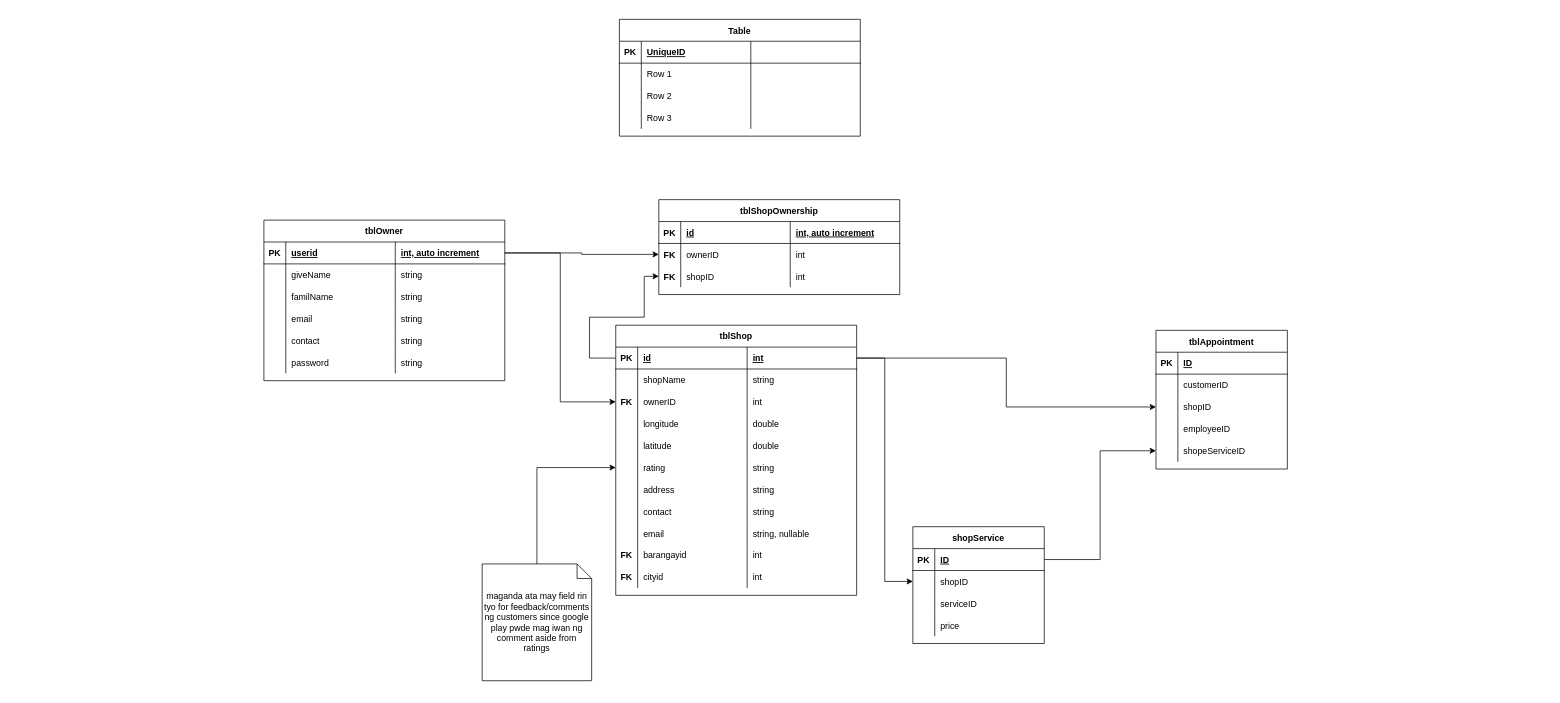
Above: page "Page-1" (1 of 2) of Diagrams/ERD.drawio in iampotato16/AppointCut (draw.io), before the change. Source tidied: cells renumbered, new cells numbered last; positions are measured from the earlier drawing's top-left corner, leaving out a move shared by most shapes. Both pictures are drawn from the tidied source at 73%, with x=0, y=0 at pixel (264, 19).
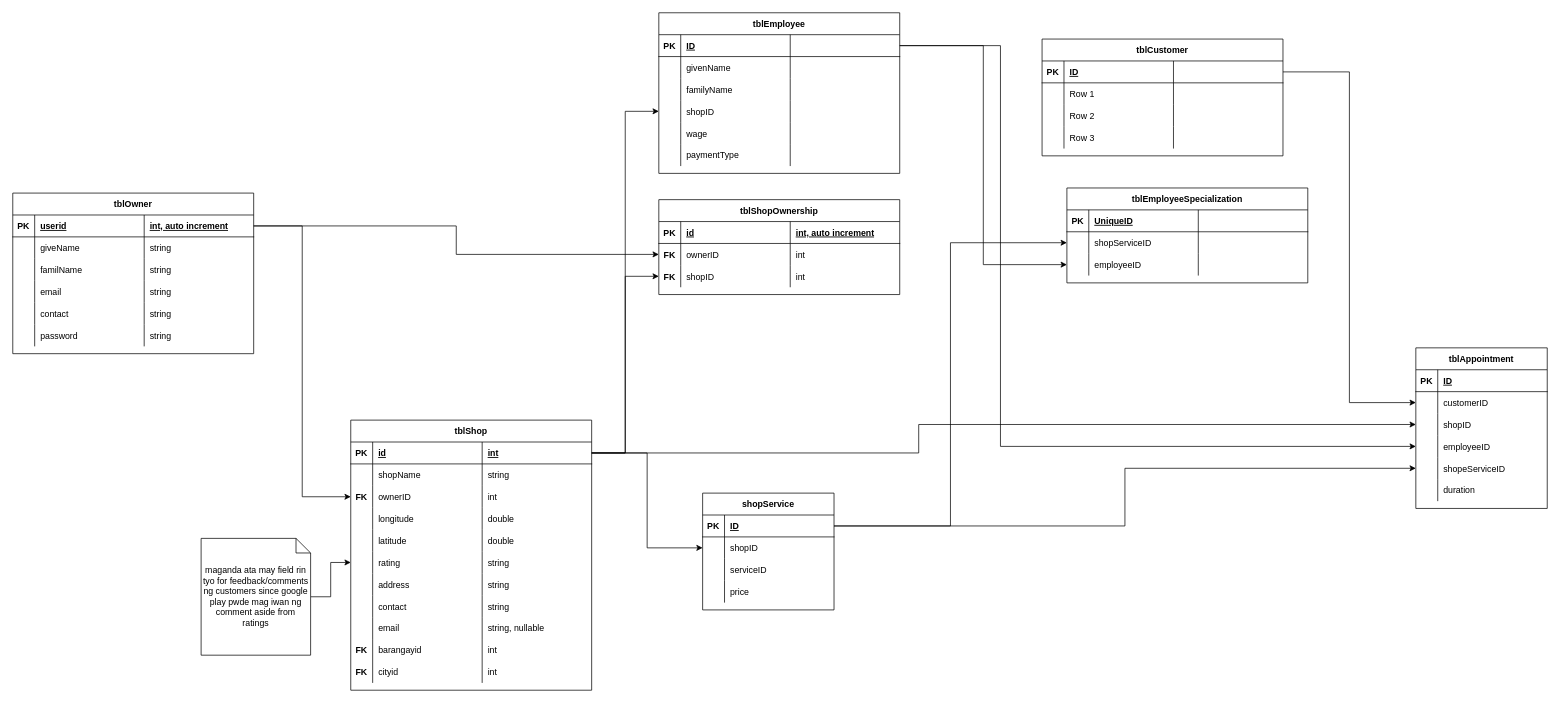
The same page after the edit.

The change refers to these unchanged cells:
```xml
<mxCell id="3" style="shape=partialRectangle;fillColor=none;top=0;left=0;bottom=1;right=0;points=[[0,0.5],[1,0.5]];portConstraint=eastwest;strokeColor=default;" parent="2" vertex="1">
  <mxGeometry y="30" width="330" height="30" as="geometry" />
</mxCell>
<mxCell id="84" style="shape=partialRectangle;fillColor=none;top=0;left=0;bottom=0;right=0;points=[[0,0.5],[1,0.5]];portConstraint=eastwest;" parent="75" vertex="1">
  <mxGeometry y="90" width="330" height="30" as="geometry" />
</mxCell>
<mxCell id="95" style="shape=partialRectangle;fillColor=none;top=0;left=0;bottom=0;right=0;points=[[0,0.5],[1,0.5]];portConstraint=eastwest;" parent="91" vertex="1">
  <mxGeometry y="60" width="180" height="30" as="geometry" />
</mxCell>
<mxCell id="98" style="shape=partialRectangle;fillColor=none;top=0;left=0;bottom=0;right=0;points=[[0,0.5],[1,0.5]];portConstraint=eastwest;" parent="91" vertex="1">
  <mxGeometry y="90" width="180" height="30" as="geometry" />
</mxCell>
<mxCell id="101" style="shape=partialRectangle;fillColor=none;top=0;left=0;bottom=0;right=0;points=[[0,0.5],[1,0.5]];portConstraint=eastwest;" parent="91" vertex="1">
  <mxGeometry y="120" width="180" height="30" as="geometry" />
</mxCell>
<mxCell id="109" style="shape=partialRectangle;fillColor=none;top=0;left=0;bottom=1;right=0;points=[[0,0.5],[1,0.5]];portConstraint=eastwest;" parent="108" vertex="1">
  <mxGeometry y="30" width="180" height="30" as="geometry" />
</mxCell>
<mxCell id="124" style="shape=partialRectangle;fillColor=none;top=0;left=0;bottom=1;right=0;points=[[0,0.5],[1,0.5]];portConstraint=eastwest;" parent="123" vertex="1">
  <mxGeometry y="30" width="330" height="30" as="geometry" />
</mxCell>
<mxCell id="128" style="shape=partialRectangle;fillColor=none;top=0;left=0;bottom=0;right=0;" parent="123" vertex="1">
  <mxGeometry y="60" width="330" height="30" as="geometry" />
</mxCell>
<mxCell id="132" style="shape=partialRectangle;fillColor=none;top=0;left=0;bottom=0;right=0;" parent="123" vertex="1">
  <mxGeometry y="90" width="330" height="30" as="geometry" />
</mxCell>
<mxCell id="136" style="shape=partialRectangle;fillColor=none;top=0;left=0;bottom=0;right=0;points=[[0,0.5],[1,0.5]];portConstraint=eastwest;" parent="123" vertex="1">
  <mxGeometry y="120" width="330" height="30" as="geometry" />
</mxCell>
```

The edit, as a diff of the source:
```diff
@@
     <mxCell id="2" value="tblShop" style="shape=table;startSize=30;childLayout=tableLayout;rowLines=0;fontStyle=1;align=center;strokeColor=default;" parent="1" vertex="1">
-      <mxGeometry x="482" y="419" width="330" height="370" as="geometry" />
+      <mxGeometry x="119" y="549" width="330" height="370" as="geometry" />
     </mxCell>
@@
     <mxCell id="48" value="&lt;span&gt;maganda ata may field rin tyo for feedback/comments ng customers since google play pwde mag iwan ng comment aside from ratings&lt;/span&gt;" style="shape=note;size=20;whiteSpace=wrap;html=1;strokeColor=default;" parent="1" vertex="1">
-      <mxGeometry x="299" y="746" width="150" height="160" as="geometry" />
+      <mxGeometry x="-86" y="711" width="150" height="160" as="geometry" />
     </mxCell>
     <mxCell id="49" value="tblOwner" style="shape=table;startSize=30;childLayout=tableLayout;rowLines=0;fontStyle=1;align=center;labelBackgroundColor=none;fillColor=default;strokeColor=default;" parent="1" vertex="1">
-      <mxGeometry y="275" width="330" height="220" as="geometry" />
+      <mxGeometry x="-344" y="238" width="330" height="220" as="geometry" />
     </mxCell>
@@
     <mxCell id="89" style="edgeStyle=orthogonalEdgeStyle;rounded=0;jettySize=auto;html=1;" parent="1" edge="1" source="3" target="84">
-      <mxGeometry relative="1" as="geometry">
-        <Array as="points">
-          <mxPoint x="446" y="464" />
-          <mxPoint x="446" y="408" />
-          <mxPoint x="521" y="408" />
-          <mxPoint x="521" y="352" />
-        </Array>
-      </mxGeometry>
+      <mxGeometry relative="1" as="geometry" />
     </mxCell>
@@
     <mxCell id="91" value="tblAppointment" style="shape=table;startSize=30;childLayout=tableLayout;rowLines=0;fontStyle=1;align=center;" parent="1" vertex="1">
-      <mxGeometry x="1222" y="426" width="180" height="190" as="geometry" />
+      <mxGeometry x="1578" y="450" width="180" height="220" as="geometry" />
     </mxCell>
@@
+    <mxCell id="140" style="shape=partialRectangle;fillColor=none;top=0;left=0;bottom=0;right=0;" parent="91" vertex="1">
+      <mxGeometry y="180" width="180" height="30" as="geometry" />
+    </mxCell>
+    <mxCell id="141" style="shape=partialRectangle;fillColor=none;top=0;left=0;bottom=0;right=0;overflow=hidden;" parent="140" vertex="1">
+      <mxGeometry width="30" height="30" as="geometry" />
+    </mxCell>
+    <mxCell id="142" value="duration" style="shape=partialRectangle;fillColor=none;top=0;left=0;bottom=0;right=0;align=left;spacingLeft=6;overflow=hidden;" parent="140" vertex="1">
+      <mxGeometry x="30" width="150" height="30" as="geometry" />
+    </mxCell>
     <mxCell id="107" style="edgeStyle=orthogonalEdgeStyle;rounded=0;jettySize=auto;html=1;" parent="1" edge="1" source="3" target="98">
-      <mxGeometry relative="1" as="geometry" />
+      <mxGeometry relative="1" as="geometry">
+        <Array as="points">
+          <mxPoint x="897" y="594" />
+          <mxPoint x="897" y="555" />
+        </Array>
+      </mxGeometry>
     </mxCell>
     <mxCell id="108" value="shopService" style="shape=table;startSize=30;childLayout=tableLayout;rowLines=0;fontStyle=1;align=center;" parent="1" vertex="1">
-      <mxGeometry x="889" y="695" width="180" height="160" as="geometry" />
+      <mxGeometry x="601" y="649" width="180" height="160" as="geometry" />
     </mxCell>
@@
-    <mxCell id="123" value="Table" style="shape=table;startSize=30;childLayout=tableLayout;rowLines=0;fontStyle=1;align=center;" parent="1" vertex="1">
-      <mxGeometry x="487" width="330" height="160" as="geometry" />
+    <mxCell id="123" value="tblEmployee" style="shape=table;startSize=30;childLayout=tableLayout;rowLines=0;fontStyle=1;align=center;" parent="1" vertex="1">
+      <mxGeometry x="541" y="-9" width="330" height="220" as="geometry" />
     </mxCell>
@@
-    <mxCell id="126" value="UniqueID" style="shape=partialRectangle;fillColor=none;top=0;left=0;bottom=0;right=0;align=left;spacingLeft=6;fontStyle=5;overflow=hidden;" parent="124" vertex="1">
+    <mxCell id="126" value="ID" style="shape=partialRectangle;fillColor=none;top=0;left=0;bottom=0;right=0;align=left;spacingLeft=6;fontStyle=5;overflow=hidden;" parent="124" vertex="1">
       <mxGeometry x="30" width="150" height="30" as="geometry" />
     </mxCell>
@@
-    <mxCell id="130" value="Row 1" style="shape=partialRectangle;fillColor=none;top=0;left=0;bottom=0;right=0;align=left;spacingLeft=6;overflow=hidden;" parent="128" vertex="1">
+    <mxCell id="130" value="givenName" style="shape=partialRectangle;fillColor=none;top=0;left=0;bottom=0;right=0;align=left;spacingLeft=6;overflow=hidden;" parent="128" vertex="1">
       <mxGeometry x="30" width="150" height="30" as="geometry" />
     </mxCell>
@@
-    <mxCell id="134" value="Row 2" style="shape=partialRectangle;fillColor=none;top=0;left=0;bottom=0;right=0;align=left;spacingLeft=6;overflow=hidden;" parent="132" vertex="1">
+    <mxCell id="134" value="familyName" style="shape=partialRectangle;fillColor=none;top=0;left=0;bottom=0;right=0;align=left;spacingLeft=6;overflow=hidden;" parent="132" vertex="1">
       <mxGeometry x="30" width="150" height="30" as="geometry" />
     </mxCell>
@@
-    <mxCell id="138" value="Row 3" style="shape=partialRectangle;fillColor=none;top=0;left=0;bottom=0;right=0;align=left;spacingLeft=6;overflow=hidden;" parent="136" vertex="1">
+    <mxCell id="138" value="shopID" style="shape=partialRectangle;fillColor=none;top=0;left=0;bottom=0;right=0;align=left;spacingLeft=6;overflow=hidden;" parent="136" vertex="1">
       <mxGeometry x="30" width="150" height="30" as="geometry" />
     </mxCell>
@@
+    <mxCell id="143" style="shape=partialRectangle;fillColor=none;top=0;left=0;bottom=0;right=0;" parent="123" vertex="1">
+      <mxGeometry y="150" width="330" height="30" as="geometry" />
+    </mxCell>
+    <mxCell id="144" style="shape=partialRectangle;fillColor=none;top=0;left=0;bottom=0;right=0;overflow=hidden;" parent="143" vertex="1">
+      <mxGeometry width="30" height="30" as="geometry" />
+    </mxCell>
+    <mxCell id="145" value="wage" style="shape=partialRectangle;fillColor=none;top=0;left=0;bottom=0;right=0;align=left;spacingLeft=6;overflow=hidden;" parent="143" vertex="1">
+      <mxGeometry x="30" width="150" height="30" as="geometry" />
+    </mxCell>
+    <mxCell id="146" style="shape=partialRectangle;fillColor=none;top=0;left=0;bottom=0;right=0;align=left;spacingLeft=6;overflow=hidden;" parent="143" vertex="1">
+      <mxGeometry x="180" width="150" height="30" as="geometry" />
+    </mxCell>
+    <mxCell id="147" style="shape=partialRectangle;fillColor=none;top=0;left=0;bottom=0;right=0;" parent="123" vertex="1">
+      <mxGeometry y="180" width="330" height="30" as="geometry" />
+    </mxCell>
+    <mxCell id="148" style="shape=partialRectangle;fillColor=none;top=0;left=0;bottom=0;right=0;overflow=hidden;" parent="147" vertex="1">
+      <mxGeometry width="30" height="30" as="geometry" />
+    </mxCell>
+    <mxCell id="149" value="paymentType" style="shape=partialRectangle;fillColor=none;top=0;left=0;bottom=0;right=0;align=left;spacingLeft=6;overflow=hidden;" parent="147" vertex="1">
+      <mxGeometry x="30" width="150" height="30" as="geometry" />
+    </mxCell>
+    <mxCell id="150" style="shape=partialRectangle;fillColor=none;top=0;left=0;bottom=0;right=0;align=left;spacingLeft=6;overflow=hidden;" parent="147" vertex="1">
+      <mxGeometry x="180" width="150" height="30" as="geometry" />
+    </mxCell>
+    <mxCell id="151" value="tblCustomer" style="shape=table;startSize=30;childLayout=tableLayout;rowLines=0;fontStyle=1;align=center;" parent="1" vertex="1">
+      <mxGeometry x="1066" y="27" width="330" height="160" as="geometry" />
+    </mxCell>
+    <mxCell id="152" style="shape=partialRectangle;fillColor=none;top=0;left=0;bottom=1;right=0;points=[[0,0.5],[1,0.5]];portConstraint=eastwest;" parent="151" vertex="1">
+      <mxGeometry y="30" width="330" height="30" as="geometry" />
+    </mxCell>
+    <mxCell id="153" value="PK" style="shape=partialRectangle;fillColor=none;top=0;left=0;bottom=0;right=0;fontStyle=1;overflow=hidden;" parent="152" vertex="1">
+      <mxGeometry width="30" height="30" as="geometry" />
+    </mxCell>
+    <mxCell id="154" value="ID" style="shape=partialRectangle;fillColor=none;top=0;left=0;bottom=0;right=0;align=left;spacingLeft=6;fontStyle=5;overflow=hidden;" parent="152" vertex="1">
+      <mxGeometry x="30" width="150" height="30" as="geometry" />
+    </mxCell>
+    <mxCell id="155" style="shape=partialRectangle;fillColor=none;top=0;left=0;bottom=0;right=0;align=left;spacingLeft=6;fontStyle=5;overflow=hidden;" parent="152" vertex="1">
+      <mxGeometry x="180" width="150" height="30" as="geometry" />
+    </mxCell>
+    <mxCell id="156" style="shape=partialRectangle;fillColor=none;top=0;left=0;bottom=0;right=0;" parent="151" vertex="1">
+      <mxGeometry y="60" width="330" height="30" as="geometry" />
+    </mxCell>
+    <mxCell id="157" style="shape=partialRectangle;fillColor=none;top=0;left=0;bottom=0;right=0;overflow=hidden;" parent="156" vertex="1">
+      <mxGeometry width="30" height="30" as="geometry" />
+    </mxCell>
+    <mxCell id="158" value="Row 1" style="shape=partialRectangle;fillColor=none;top=0;left=0;bottom=0;right=0;align=left;spacingLeft=6;overflow=hidden;" parent="156" vertex="1">
+      <mxGeometry x="30" width="150" height="30" as="geometry" />
+    </mxCell>
+    <mxCell id="159" style="shape=partialRectangle;fillColor=none;top=0;left=0;bottom=0;right=0;align=left;spacingLeft=6;overflow=hidden;" parent="156" vertex="1">
+      <mxGeometry x="180" width="150" height="30" as="geometry" />
+    </mxCell>
+    <mxCell id="160" style="shape=partialRectangle;fillColor=none;top=0;left=0;bottom=0;right=0;" parent="151" vertex="1">
+      <mxGeometry y="90" width="330" height="30" as="geometry" />
+    </mxCell>
+    <mxCell id="161" style="shape=partialRectangle;fillColor=none;top=0;left=0;bottom=0;right=0;overflow=hidden;" parent="160" vertex="1">
+      <mxGeometry width="30" height="30" as="geometry" />
+    </mxCell>
+    <mxCell id="162" value="Row 2" style="shape=partialRectangle;fillColor=none;top=0;left=0;bottom=0;right=0;align=left;spacingLeft=6;overflow=hidden;" parent="160" vertex="1">
+      <mxGeometry x="30" width="150" height="30" as="geometry" />
+    </mxCell>
+    <mxCell id="163" style="shape=partialRectangle;fillColor=none;top=0;left=0;bottom=0;right=0;align=left;spacingLeft=6;overflow=hidden;" parent="160" vertex="1">
+      <mxGeometry x="180" width="150" height="30" as="geometry" />
+    </mxCell>
+    <mxCell id="164" style="shape=partialRectangle;fillColor=none;top=0;left=0;bottom=0;right=0;" parent="151" vertex="1">
+      <mxGeometry y="120" width="330" height="30" as="geometry" />
+    </mxCell>
+    <mxCell id="165" style="shape=partialRectangle;fillColor=none;top=0;left=0;bottom=0;right=0;overflow=hidden;" parent="164" vertex="1">
+      <mxGeometry width="30" height="30" as="geometry" />
+    </mxCell>
+    <mxCell id="166" value="Row 3" style="shape=partialRectangle;fillColor=none;top=0;left=0;bottom=0;right=0;align=left;spacingLeft=6;overflow=hidden;" parent="164" vertex="1">
+      <mxGeometry x="30" width="150" height="30" as="geometry" />
+    </mxCell>
+    <mxCell id="167" style="shape=partialRectangle;fillColor=none;top=0;left=0;bottom=0;right=0;align=left;spacingLeft=6;overflow=hidden;" parent="164" vertex="1">
+      <mxGeometry x="180" width="150" height="30" as="geometry" />
+    </mxCell>
+    <mxCell id="168" style="edgeStyle=orthogonalEdgeStyle;rounded=0;jettySize=auto;html=1;" parent="1" edge="1" source="152" target="95">
+      <mxGeometry relative="1" as="geometry" />
+    </mxCell>
+    <mxCell id="169" style="edgeStyle=orthogonalEdgeStyle;rounded=0;jettySize=auto;html=1;" parent="1" edge="1" source="3" target="136">
+      <mxGeometry relative="1" as="geometry" />
+    </mxCell>
+    <mxCell id="170" style="edgeStyle=orthogonalEdgeStyle;rounded=0;jettySize=auto;html=1;" parent="1" edge="1" source="109" target="177">
+      <mxGeometry relative="1" as="geometry" />
+    </mxCell>
+    <mxCell id="171" style="edgeStyle=orthogonalEdgeStyle;rounded=0;jettySize=auto;html=1;" parent="1" edge="1" source="124" target="181">
+      <mxGeometry relative="1" as="geometry" />
+    </mxCell>
+    <mxCell id="172" value="tblEmployeeSpecialization" style="shape=table;startSize=30;childLayout=tableLayout;rowLines=0;fontStyle=1;align=center;" parent="1" vertex="1">
+      <mxGeometry x="1100" y="231" width="330" height="130" as="geometry" />
+    </mxCell>
+    <mxCell id="173" style="shape=partialRectangle;fillColor=none;top=0;left=0;bottom=1;right=0;" parent="172" vertex="1">
+      <mxGeometry y="30" width="330" height="30" as="geometry" />
+    </mxCell>
+    <mxCell id="174" value="PK" style="shape=partialRectangle;fillColor=none;top=0;left=0;bottom=0;right=0;fontStyle=1;overflow=hidden;" parent="173" vertex="1">
+      <mxGeometry width="30" height="30" as="geometry" />
+    </mxCell>
+    <mxCell id="175" value="UniqueID" style="shape=partialRectangle;fillColor=none;top=0;left=0;bottom=0;right=0;align=left;spacingLeft=6;fontStyle=5;overflow=hidden;" parent="173" vertex="1">
+      <mxGeometry x="30" width="150" height="30" as="geometry" />
+    </mxCell>
+    <mxCell id="176" style="shape=partialRectangle;fillColor=none;top=0;left=0;bottom=0;right=0;align=left;spacingLeft=6;fontStyle=5;overflow=hidden;" parent="173" vertex="1">
+      <mxGeometry x="180" width="150" height="30" as="geometry" />
+    </mxCell>
+    <mxCell id="177" style="shape=partialRectangle;fillColor=none;top=0;left=0;bottom=0;right=0;points=[[0,0.5],[1,0.5]];portConstraint=eastwest;" parent="172" vertex="1">
+      <mxGeometry y="60" width="330" height="30" as="geometry" />
+    </mxCell>
+    <mxCell id="178" style="shape=partialRectangle;fillColor=none;top=0;left=0;bottom=0;right=0;overflow=hidden;" parent="177" vertex="1">
+      <mxGeometry width="30" height="30" as="geometry" />
+    </mxCell>
+    <mxCell id="179" value="shopServiceID" style="shape=partialRectangle;fillColor=none;top=0;left=0;bottom=0;right=0;align=left;spacingLeft=6;overflow=hidden;" parent="177" vertex="1">
+      <mxGeometry x="30" width="150" height="30" as="geometry" />
+    </mxCell>
+    <mxCell id="180" style="shape=partialRectangle;fillColor=none;top=0;left=0;bottom=0;right=0;align=left;spacingLeft=6;overflow=hidden;" parent="177" vertex="1">
+      <mxGeometry x="180" width="150" height="30" as="geometry" />
+    </mxCell>
+    <mxCell id="181" style="shape=partialRectangle;fillColor=none;top=0;left=0;bottom=0;right=0;points=[[0,0.5],[1,0.5]];portConstraint=eastwest;" parent="172" vertex="1">
+      <mxGeometry y="90" width="330" height="30" as="geometry" />
+    </mxCell>
+    <mxCell id="182" style="shape=partialRectangle;fillColor=none;top=0;left=0;bottom=0;right=0;overflow=hidden;" parent="181" vertex="1">
+      <mxGeometry width="30" height="30" as="geometry" />
+    </mxCell>
+    <mxCell id="183" value="employeeID" style="shape=partialRectangle;fillColor=none;top=0;left=0;bottom=0;right=0;align=left;spacingLeft=6;overflow=hidden;" parent="181" vertex="1">
+      <mxGeometry x="30" width="150" height="30" as="geometry" />
+    </mxCell>
+    <mxCell id="184" style="shape=partialRectangle;fillColor=none;top=0;left=0;bottom=0;right=0;align=left;spacingLeft=6;overflow=hidden;" parent="181" vertex="1">
+      <mxGeometry x="180" width="150" height="30" as="geometry" />
+    </mxCell>
+    <mxCell id="185" style="edgeStyle=orthogonalEdgeStyle;rounded=0;jettySize=auto;html=1;" parent="1" edge="1" source="124" target="101">
+      <mxGeometry relative="1" as="geometry">
+        <Array as="points">
+          <mxPoint x="1009" y="36" />
+          <mxPoint x="1009" y="585" />
+        </Array>
+      </mxGeometry>
+    </mxCell>
```
